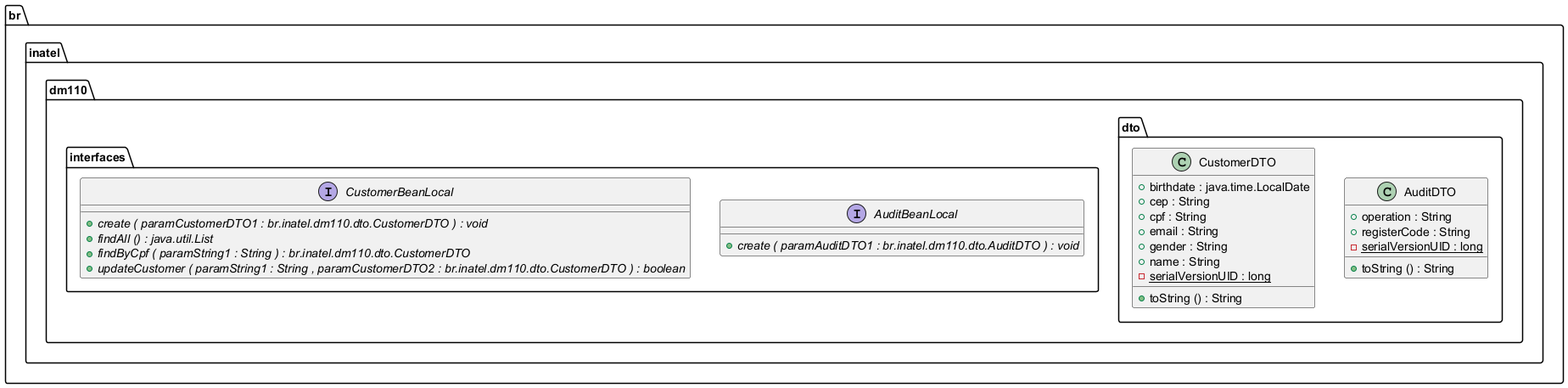
vagnernogueira/trabalho-dm110 keeps this PlantUML diagram as docs/uml/trabalho-impl-class-diagram.png. Above is the earlier version. The source it was exported from:
```plantuml
@startuml

class br.inatel.dm110.dto.AuditDTO {
	{field} +operation : String
	{field} +registerCode : String
	{field} {static} -serialVersionUID : long
	{method} +toString () : String
}


class br.inatel.dm110.dto.CustomerDTO {
	{field} +birthdate : java.time.LocalDate
	{field} +cep : String
	{field} +cpf : String
	{field} +email : String
	{field} +gender : String
	{field} +name : String
	{field} {static} -serialVersionUID : long
	{method} +toString () : String
}


interface br.inatel.dm110.interfaces.AuditBeanLocal {
	{method}  {abstract} +create ( paramAuditDTO1 : br.inatel.dm110.dto.AuditDTO ) : void
}


interface br.inatel.dm110.interfaces.CustomerBeanLocal {
	{method}  {abstract} +create ( paramCustomerDTO1 : br.inatel.dm110.dto.CustomerDTO ) : void
	{method}  {abstract} +findAll () : java.util.List
	{method}  {abstract} +findByCpf ( paramString1 : String ) : br.inatel.dm110.dto.CustomerDTO
	{method}  {abstract} +updateCustomer ( paramString1 : String , paramCustomerDTO2 : br.inatel.dm110.dto.CustomerDTO ) : boolean
}






@enduml
```
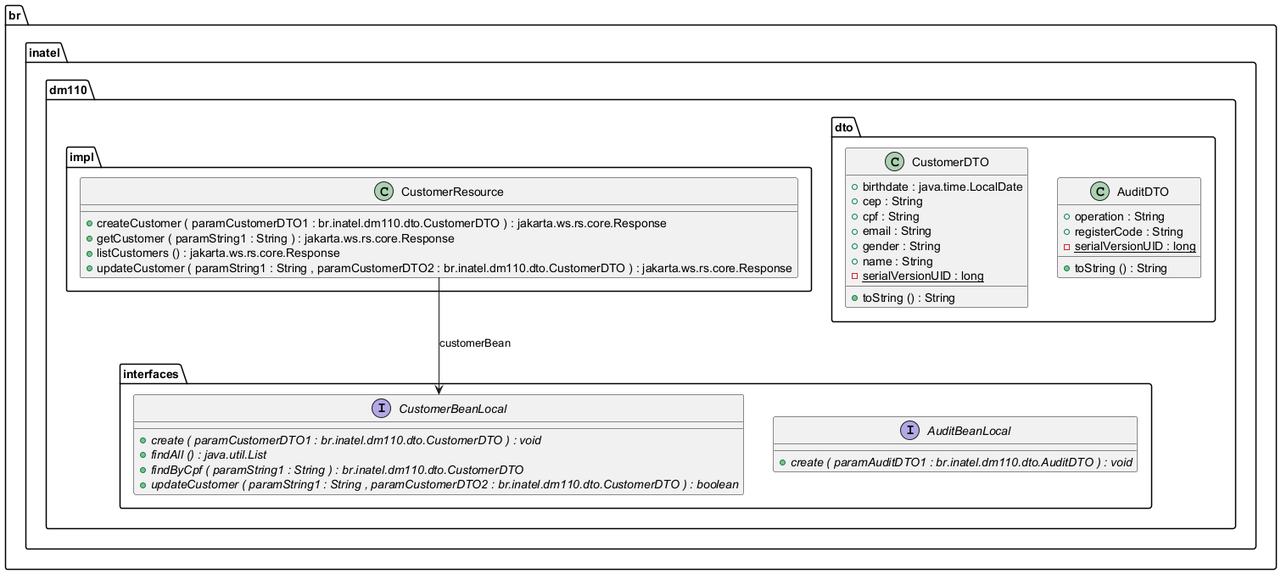
The same diagram one commit later.

What changed in the source:
```diff
@@ -20,6 +20,14 @@
 }
 
 
+class br.inatel.dm110.impl.CustomerResource {
+	{method} +createCustomer ( paramCustomerDTO1 : br.inatel.dm110.dto.CustomerDTO ) : jakarta.ws.rs.core.Response
+	{method} +getCustomer ( paramString1 : String ) : jakarta.ws.rs.core.Response
+	{method} +listCustomers () : jakarta.ws.rs.core.Response
+	{method} +updateCustomer ( paramString1 : String , paramCustomerDTO2 : br.inatel.dm110.dto.CustomerDTO ) : jakarta.ws.rs.core.Response
+}
+
+
 interface br.inatel.dm110.interfaces.AuditBeanLocal {
 	{method}  {abstract} +create ( paramAuditDTO1 : br.inatel.dm110.dto.AuditDTO ) : void
 }
@@ -35,6 +43,7 @@
 
 
 
+br.inatel.dm110.impl.CustomerResource -->  br.inatel.dm110.interfaces.CustomerBeanLocal : customerBean
 
 
 @enduml
```
